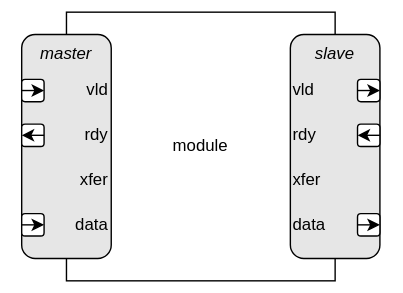
CsehPeter/Sylox keeps this draw.io diagram as doc/lib_ds/draw/ds_if/bd_modport.drawio.svg. Above is the earlier version. Source tidied: cells renumbered, new cells last; positions are measured from the earlier drawing's top-left corner, leaving out a move shared by most shapes. Source of this version:
```xml
<mxGraphModel>
  <root>
    <mxCell id="0" />
    <mxCell id="1" parent="0" />
    <mxCell id="2" value="module" style="rounded=0;whiteSpace=wrap;html=1;" parent="1" vertex="1">
      <mxGeometry x="32" width="192" height="192" as="geometry" />
    </mxCell>
    <mxCell id="3" value="&lt;i&gt;master&lt;/i&gt;" style="rounded=1;whiteSpace=wrap;html=1;verticalAlign=top;fillColor=#E6E6E6;" parent="1" vertex="1">
      <mxGeometry y="16" width="64" height="160" as="geometry" />
    </mxCell>
    <mxCell id="4" value="vld" style="text;html=1;strokeColor=none;fillColor=none;align=right;verticalAlign=middle;whiteSpace=wrap;rounded=0;" parent="1" vertex="1">
      <mxGeometry x="16" y="48" width="48" height="16" as="geometry" />
    </mxCell>
    <mxCell id="5" value="data" style="text;html=1;strokeColor=none;fillColor=none;align=right;verticalAlign=middle;whiteSpace=wrap;rounded=0;" parent="1" vertex="1">
      <mxGeometry x="16" y="144" width="48" height="16" as="geometry" />
    </mxCell>
    <mxCell id="6" style="rounded=1;whiteSpace=wrap;html=1;" parent="1" vertex="1">
      <mxGeometry y="48" width="16" height="16" as="geometry" />
    </mxCell>
    <mxCell id="7" style="edgeStyle=orthogonalEdgeStyle;rounded=0;orthogonalLoop=1;jettySize=auto;html=1;exitX=0;exitY=0.5;exitDx=0;exitDy=0;entryX=1;entryY=0.5;entryDx=0;entryDy=0;" parent="1" edge="1" source="6" target="6">
      <mxGeometry relative="1" as="geometry" />
    </mxCell>
    <mxCell id="8" value="rdy" style="text;html=1;strokeColor=none;fillColor=none;align=right;verticalAlign=middle;whiteSpace=wrap;rounded=0;" parent="1" vertex="1">
      <mxGeometry x="16" y="80" width="48" height="16" as="geometry" />
    </mxCell>
    <mxCell id="9" style="rounded=1;whiteSpace=wrap;html=1;" parent="1" vertex="1">
      <mxGeometry y="80" width="16" height="16" as="geometry" />
    </mxCell>
    <mxCell id="10" style="edgeStyle=orthogonalEdgeStyle;rounded=0;orthogonalLoop=1;jettySize=auto;html=1;exitX=1;exitY=0.5;exitDx=0;exitDy=0;entryX=0;entryY=0.5;entryDx=0;entryDy=0;" parent="1" edge="1" source="9" target="9">
      <mxGeometry relative="1" as="geometry" />
    </mxCell>
    <mxCell id="11" value="xfer" style="text;html=1;strokeColor=none;fillColor=none;align=right;verticalAlign=middle;whiteSpace=wrap;rounded=0;" parent="1" vertex="1">
      <mxGeometry x="16" y="112" width="48" height="16" as="geometry" />
    </mxCell>
    <mxCell id="12" style="rounded=1;whiteSpace=wrap;html=1;" parent="1" vertex="1">
      <mxGeometry y="144" width="16" height="16" as="geometry" />
    </mxCell>
    <mxCell id="13" style="edgeStyle=orthogonalEdgeStyle;rounded=0;orthogonalLoop=1;jettySize=auto;html=1;exitX=0;exitY=0.5;exitDx=0;exitDy=0;entryX=1;entryY=0.5;entryDx=0;entryDy=0;" parent="1" edge="1" source="12" target="12">
      <mxGeometry relative="1" as="geometry" />
    </mxCell>
    <mxCell id="14" value="&lt;i&gt;slave&lt;/i&gt;" style="rounded=1;whiteSpace=wrap;html=1;verticalAlign=top;fillColor=#E6E6E6;" parent="1" vertex="1">
      <mxGeometry x="192" y="16" width="64" height="160" as="geometry" />
    </mxCell>
    <mxCell id="15" value="vld" style="text;html=1;strokeColor=none;fillColor=none;align=left;verticalAlign=middle;whiteSpace=wrap;rounded=0;" parent="1" vertex="1">
      <mxGeometry x="192" y="48" width="48" height="16" as="geometry" />
    </mxCell>
    <mxCell id="16" value="data" style="text;html=1;strokeColor=none;fillColor=none;align=left;verticalAlign=middle;whiteSpace=wrap;rounded=0;" parent="1" vertex="1">
      <mxGeometry x="192" y="144" width="48" height="16" as="geometry" />
    </mxCell>
    <mxCell id="17" style="rounded=1;whiteSpace=wrap;html=1;" parent="1" vertex="1">
      <mxGeometry x="240" y="48" width="16" height="16" as="geometry" />
    </mxCell>
    <mxCell id="18" style="edgeStyle=orthogonalEdgeStyle;rounded=0;orthogonalLoop=1;jettySize=auto;html=1;exitX=0;exitY=0.5;exitDx=0;exitDy=0;entryX=1;entryY=0.5;entryDx=0;entryDy=0;" parent="1" edge="1" source="17" target="17">
      <mxGeometry relative="1" as="geometry" />
    </mxCell>
    <mxCell id="19" value="rdy" style="text;html=1;strokeColor=none;fillColor=none;align=left;verticalAlign=middle;whiteSpace=wrap;rounded=0;" parent="1" vertex="1">
      <mxGeometry x="192" y="80" width="48" height="16" as="geometry" />
    </mxCell>
    <mxCell id="20" style="rounded=1;whiteSpace=wrap;html=1;" parent="1" vertex="1">
      <mxGeometry x="240" y="80" width="16" height="16" as="geometry" />
    </mxCell>
    <mxCell id="21" style="edgeStyle=orthogonalEdgeStyle;rounded=0;orthogonalLoop=1;jettySize=auto;html=1;exitX=1;exitY=0.5;exitDx=0;exitDy=0;entryX=0;entryY=0.5;entryDx=0;entryDy=0;" parent="1" edge="1" source="20" target="20">
      <mxGeometry relative="1" as="geometry" />
    </mxCell>
    <mxCell id="22" value="xfer" style="text;html=1;strokeColor=none;fillColor=none;align=left;verticalAlign=middle;whiteSpace=wrap;rounded=0;" parent="1" vertex="1">
      <mxGeometry x="192" y="112" width="48" height="16" as="geometry" />
    </mxCell>
    <mxCell id="23" style="rounded=1;whiteSpace=wrap;html=1;" parent="1" vertex="1">
      <mxGeometry x="240" y="144" width="16" height="16" as="geometry" />
    </mxCell>
    <mxCell id="24" style="edgeStyle=orthogonalEdgeStyle;rounded=0;orthogonalLoop=1;jettySize=auto;html=1;exitX=0;exitY=0.5;exitDx=0;exitDy=0;entryX=1;entryY=0.5;entryDx=0;entryDy=0;" parent="1" edge="1" source="23" target="23">
      <mxGeometry relative="1" as="geometry" />
    </mxCell>
  </root>
</mxGraphModel>
```
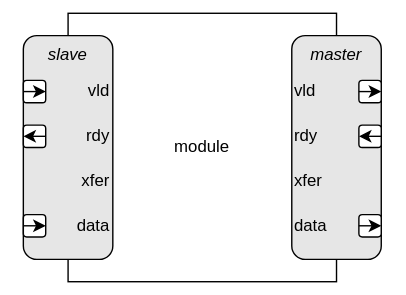
Above is the later version.

The edit, as a diff of the source:
```diff
@@ -1,11 +1,11 @@
-<mxGraphModel>
+<mxGraphModel background="#ffffff">
   <root>
     <mxCell id="0" />
     <mxCell id="1" parent="0" />
     <mxCell id="2" value="module" style="rounded=0;whiteSpace=wrap;html=1;" parent="1" vertex="1">
       <mxGeometry x="32" width="192" height="192" as="geometry" />
     </mxCell>
-    <mxCell id="3" value="&lt;i&gt;master&lt;/i&gt;" style="rounded=1;whiteSpace=wrap;html=1;verticalAlign=top;fillColor=#E6E6E6;" parent="1" vertex="1">
+    <mxCell id="3" value="&lt;i&gt;slave&lt;/i&gt;" style="rounded=1;whiteSpace=wrap;html=1;verticalAlign=top;fillColor=#E6E6E6;" parent="1" vertex="1">
       <mxGeometry y="16" width="64" height="160" as="geometry" />
     </mxCell>
     <mxCell id="4" value="vld" style="text;html=1;strokeColor=none;fillColor=none;align=right;verticalAlign=middle;whiteSpace=wrap;rounded=0;" parent="1" vertex="1">
@@ -38,7 +38,7 @@
     <mxCell id="13" style="edgeStyle=orthogonalEdgeStyle;rounded=0;orthogonalLoop=1;jettySize=auto;html=1;exitX=0;exitY=0.5;exitDx=0;exitDy=0;entryX=1;entryY=0.5;entryDx=0;entryDy=0;" parent="1" edge="1" source="12" target="12">
       <mxGeometry relative="1" as="geometry" />
     </mxCell>
-    <mxCell id="14" value="&lt;i&gt;slave&lt;/i&gt;" style="rounded=1;whiteSpace=wrap;html=1;verticalAlign=top;fillColor=#E6E6E6;" parent="1" vertex="1">
+    <mxCell id="14" value="&lt;i&gt;master&lt;/i&gt;" style="rounded=1;whiteSpace=wrap;html=1;verticalAlign=top;fillColor=#E6E6E6;" parent="1" vertex="1">
       <mxGeometry x="192" y="16" width="64" height="160" as="geometry" />
     </mxCell>
     <mxCell id="15" value="vld" style="text;html=1;strokeColor=none;fillColor=none;align=left;verticalAlign=middle;whiteSpace=wrap;rounded=0;" parent="1" vertex="1">
```
